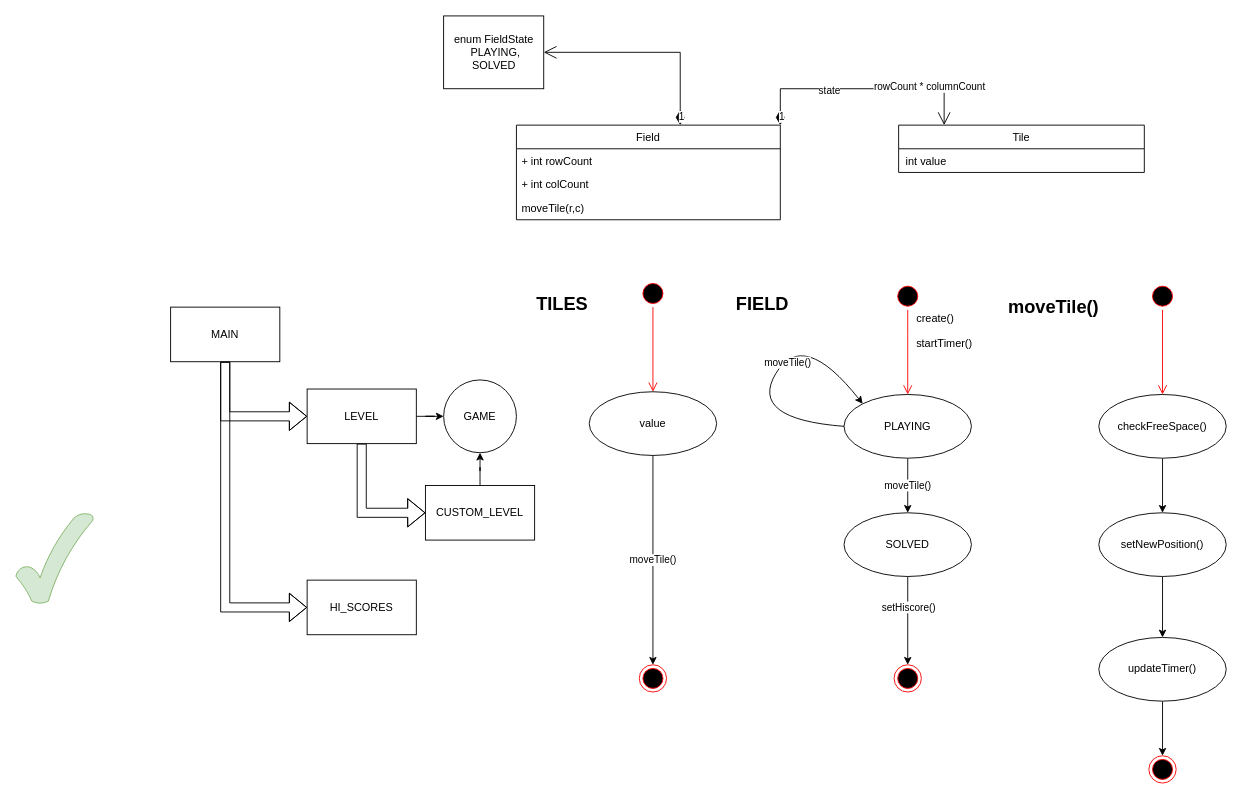
Before: kamene.drawio in triptaminer/kamene, a draw.io diagram. Source tidied: cells renumbered, new cells numbered last; positions are measured from the earlier drawing's top-left corner, leaving out a move shared by most shapes. Both pictures are drawn from the tidied source at 91%, with x=0, y=0 at pixel (15, 15).
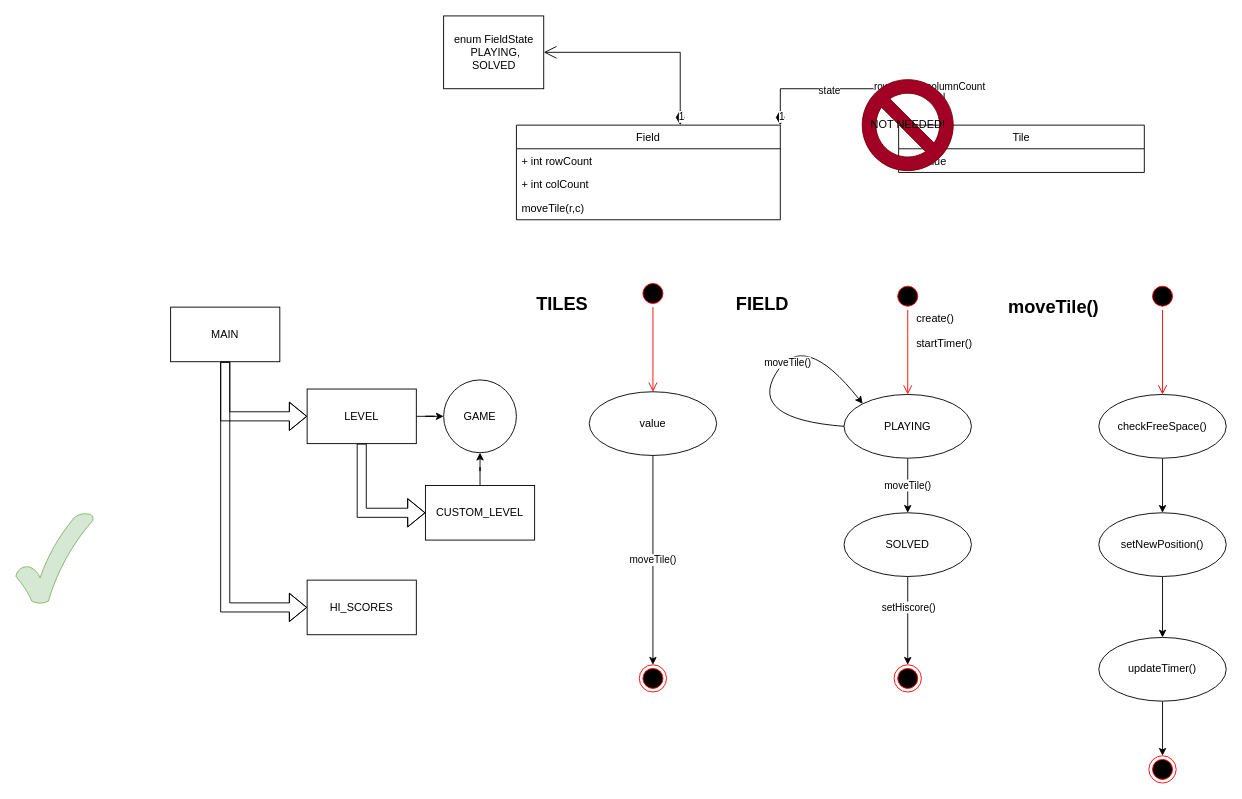
The same diagram, later.

Change to the diagram source:
```diff
@@
+    <mxCell id="54" style="verticalLabelPosition=bottom;verticalAlign=top;html=1;shape=mxgraph.basic.no_symbol;fillColor=#a20025;fontColor=#ffffff;strokeColor=#6F0000;" parent="1" vertex="1">
+      <mxGeometry x="930" y="70" width="100" height="100" as="geometry" />
+    </mxCell>
+    <mxCell id="55" value="NOT NEEDED!" style="text;html=1;align=center;verticalAlign=middle;strokeColor=none;fillColor=none;" parent="1" vertex="1">
+      <mxGeometry x="930" y="110" width="100" height="20" as="geometry" />
+    </mxCell>
```
